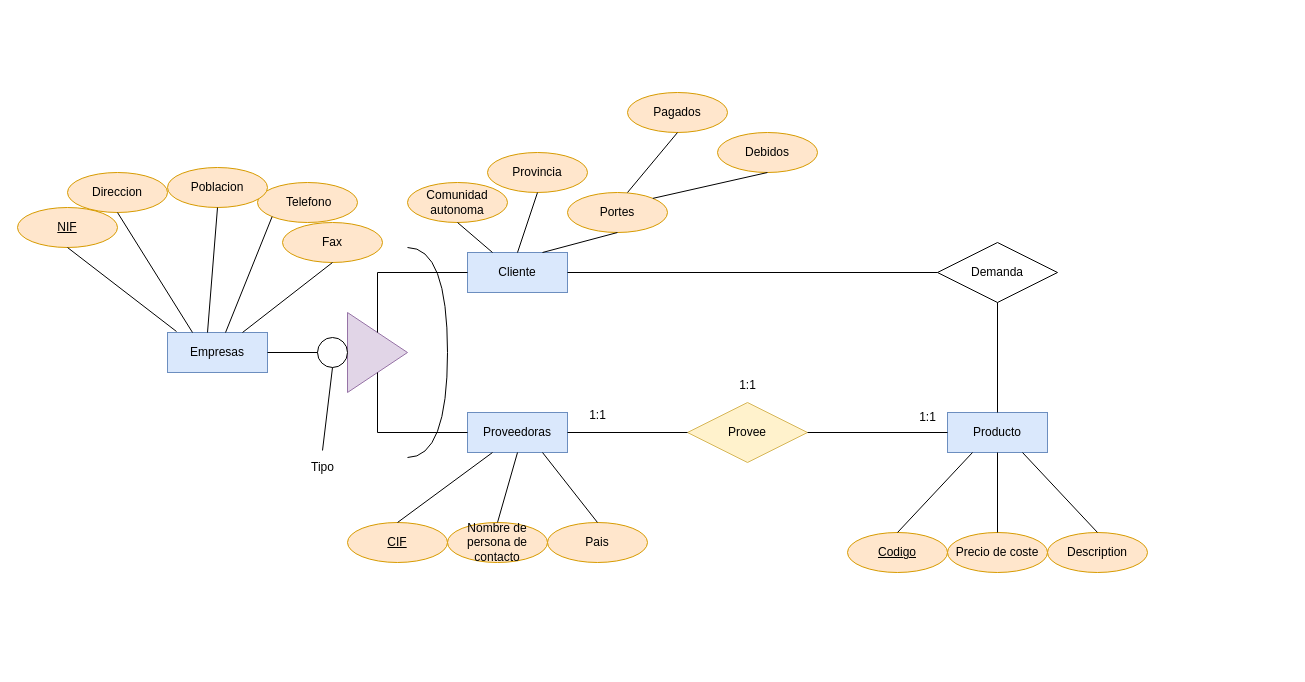
Above: Unidad1/Tareas/Tarea evaluada4/Untitled Diagram.drawio in JVC0/Base-Datos (draw.io), before the change. Source tidied: cells renumbered, new cells numbered last; positions are measured from the earlier drawing's top-left corner, leaving out a move shared by most shapes. Both pictures are drawn from the tidied source at 100%, with x=0, y=0 at pixel (17, 92).
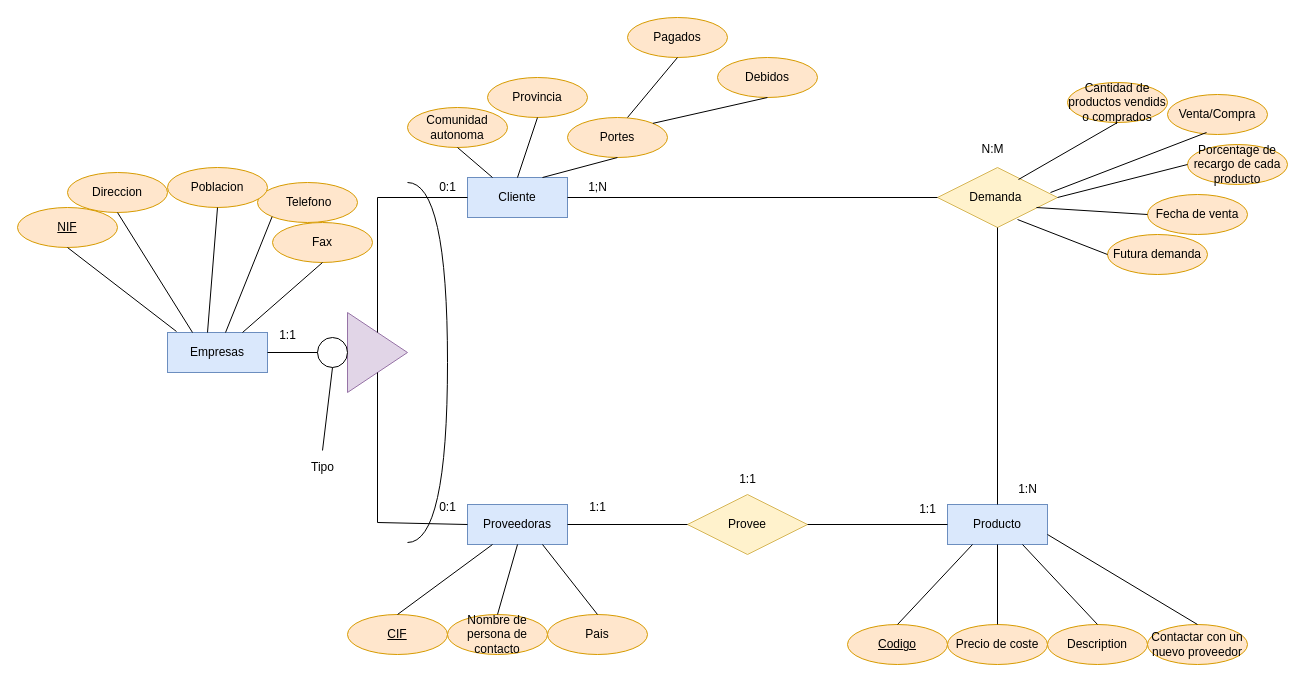
Above is the later version.

The change refers to these unchanged cells:
```xml
<mxCell id="5" style="triangle;whiteSpace=wrap;html=1;fillColor=#e1d5e7;strokeColor=#9673a6;" parent="1" vertex="1">
  <mxGeometry x="330" y="220" width="60" height="80" as="geometry" />
</mxCell>
```

What changed in the source:
```diff
@@
     <mxCell id="3" value="Cliente" style="whiteSpace=wrap;html=1;align=center;fillColor=#dae8fc;strokeColor=#6c8ebf;" parent="1" vertex="1">
-      <mxGeometry x="450" y="160" width="100" height="40" as="geometry" />
+      <mxGeometry x="450" y="85" width="100" height="40" as="geometry" />
     </mxCell>
     <mxCell id="4" value="Proveedoras" style="whiteSpace=wrap;html=1;align=center;fillColor=#dae8fc;strokeColor=#6c8ebf;" parent="1" vertex="1">
-      <mxGeometry x="450" y="320" width="100" height="40" as="geometry" />
+      <mxGeometry x="450" y="412" width="100" height="40" as="geometry" />
     </mxCell>
@@
     <mxCell id="7" style="endArrow=none;html=1;rounded=0;entryX=0;entryY=0.5;entryDx=0;entryDy=0;exitX=0.5;exitY=0;exitDx=0;exitDy=0;" parent="1" edge="1" source="5" target="3">
       <mxGeometry relative="1" as="geometry">
         <Array as="points">
-          <mxPoint x="360" y="180" />
+          <mxPoint x="360" y="105" />
         </Array>
       </mxGeometry>
     </mxCell>
     <mxCell id="8" style="endArrow=none;html=1;rounded=0;entryX=0.5;entryY=1;entryDx=0;entryDy=0;exitX=0;exitY=0.5;exitDx=0;exitDy=0;" parent="1" edge="1" source="4" target="5">
       <mxGeometry relative="1" as="geometry">
         <Array as="points">
-          <mxPoint x="360" y="340" />
+          <mxPoint x="360" y="430" />
         </Array>
       </mxGeometry>
     </mxCell>
@@
     <mxCell id="12" value="Fax" style="ellipse;whiteSpace=wrap;html=1;align=center;fillColor=#ffe6cc;strokeColor=#d79b00;" parent="1" vertex="1">
-      <mxGeometry x="265" y="130" width="100" height="40" as="geometry" />
+      <mxGeometry x="255" y="130" width="100" height="40" as="geometry" />
     </mxCell>
@@
     <mxCell id="19" style="shape=requiredInterface;html=1;verticalLabelPosition=bottom;sketch=0;" parent="1" vertex="1">
-      <mxGeometry x="390" y="155" width="40" height="210" as="geometry" />
+      <mxGeometry x="390" y="90" width="40" height="360" as="geometry" />
     </mxCell>
@@
     <mxCell id="23" value="Provincia" style="ellipse;whiteSpace=wrap;html=1;align=center;fillColor=#ffe6cc;strokeColor=#d79b00;" parent="1" vertex="1">
-      <mxGeometry x="470" y="60" width="100" height="40" as="geometry" />
+      <mxGeometry x="470" y="-15" width="100" height="40" as="geometry" />
     </mxCell>
     <mxCell id="24" value="Comunidad&lt;br&gt;autonoma" style="ellipse;whiteSpace=wrap;html=1;align=center;fillColor=#ffe6cc;strokeColor=#d79b00;" parent="1" vertex="1">
-      <mxGeometry x="390" y="90" width="100" height="40" as="geometry" />
+      <mxGeometry x="390" y="15" width="100" height="40" as="geometry" />
     </mxCell>
     <mxCell id="25" value="Portes" style="ellipse;whiteSpace=wrap;html=1;align=center;fillColor=#ffe6cc;strokeColor=#d79b00;" parent="1" vertex="1">
-      <mxGeometry x="550" y="100" width="100" height="40" as="geometry" />
+      <mxGeometry x="550" y="25" width="100" height="40" as="geometry" />
     </mxCell>
@@
     <mxCell id="29" value="Debidos" style="ellipse;whiteSpace=wrap;html=1;align=center;fillColor=#ffe6cc;strokeColor=#d79b00;" parent="1" vertex="1">
-      <mxGeometry x="700" y="40" width="100" height="40" as="geometry" />
+      <mxGeometry x="700" y="-35" width="100" height="40" as="geometry" />
     </mxCell>
     <mxCell id="30" value="Pagados" style="ellipse;whiteSpace=wrap;html=1;align=center;fillColor=#ffe6cc;strokeColor=#d79b00;" parent="1" vertex="1">
-      <mxGeometry x="610" width="100" height="40" as="geometry" />
+      <mxGeometry x="610" y="-75" width="100" height="40" as="geometry" />
     </mxCell>
     <mxCell id="31" style="endArrow=none;html=1;rounded=0;entryX=0.5;entryY=1;entryDx=0;entryDy=0;" parent="1" edge="1" target="30">
       <mxGeometry relative="1" as="geometry">
-        <mxPoint x="610" y="100" as="sourcePoint" />
+        <mxPoint x="610" y="25" as="sourcePoint" />
       </mxGeometry>
     </mxCell>
@@
     <mxCell id="33" value="Pais" style="ellipse;whiteSpace=wrap;html=1;align=center;fillColor=#ffe6cc;strokeColor=#d79b00;" parent="1" vertex="1">
-      <mxGeometry x="530" y="430" width="100" height="40" as="geometry" />
+      <mxGeometry x="530" y="522" width="100" height="40" as="geometry" />
     </mxCell>
     <mxCell id="34" value="Nombre de persona de contacto" style="ellipse;whiteSpace=wrap;html=1;align=center;fillColor=#ffe6cc;strokeColor=#d79b00;" parent="1" vertex="1">
-      <mxGeometry x="430" y="430" width="100" height="40" as="geometry" />
+      <mxGeometry x="430" y="522" width="100" height="40" as="geometry" />
     </mxCell>
     <mxCell id="35" value="CIF" style="ellipse;whiteSpace=wrap;html=1;align=center;fontStyle=4;fillColor=#ffe6cc;strokeColor=#d79b00;" parent="1" vertex="1">
-      <mxGeometry x="330" y="430" width="100" height="40" as="geometry" />
+      <mxGeometry x="330" y="522" width="100" height="40" as="geometry" />
     </mxCell>
-    <mxCell id="36" style="endArrow=none;html=1;rounded=0;exitX=0.5;exitY=0;exitDx=0;exitDy=0;entryX=0.25;entryY=1;entryDx=0;entryDy=0;" parent="1" edge="1" source="35" target="4">
-      <mxGeometry relative="1" as="geometry" />
+    <mxCell id="36" style="endArrow=none;html=1;rounded=0;exitX=0.5;exitY=0;exitDx=0;exitDy=0;entryX=0.25;entryY=1;entryDx=0;entryDy=0;" parent="1" edge="1" target="4">
+      <mxGeometry relative="1" as="geometry">
+        <mxPoint x="380" y="522" as="sourcePoint" />
+      </mxGeometry>
     </mxCell>
@@
     <mxCell id="39" value="Producto" style="whiteSpace=wrap;html=1;align=center;fillColor=#dae8fc;strokeColor=#6c8ebf;" parent="1" vertex="1">
-      <mxGeometry x="930" y="320" width="100" height="40" as="geometry" />
+      <mxGeometry x="930" y="412" width="100" height="40" as="geometry" />
     </mxCell>
     <mxCell id="40" value="Provee" style="shape=rhombus;perimeter=rhombusPerimeter;whiteSpace=wrap;html=1;align=center;fillColor=#fff2cc;strokeColor=#d6b656;" parent="1" vertex="1">
-      <mxGeometry x="670" y="310" width="120" height="60" as="geometry" />
+      <mxGeometry x="670" y="402" width="120" height="60" as="geometry" />
     </mxCell>
@@
     <mxCell id="42" value="Codigo" style="ellipse;whiteSpace=wrap;html=1;align=center;fontStyle=4;fillColor=#ffe6cc;strokeColor=#d79b00;" parent="1" vertex="1">
-      <mxGeometry x="830" y="440" width="100" height="40" as="geometry" />
+      <mxGeometry x="830" y="532" width="100" height="40" as="geometry" />
     </mxCell>
     <mxCell id="43" value="Description" style="ellipse;whiteSpace=wrap;html=1;align=center;fillColor=#ffe6cc;strokeColor=#d79b00;" parent="1" vertex="1">
-      <mxGeometry x="1030" y="440" width="100" height="40" as="geometry" />
+      <mxGeometry x="1030" y="532" width="100" height="40" as="geometry" />
     </mxCell>
     <mxCell id="44" value="Precio de coste" style="ellipse;whiteSpace=wrap;html=1;align=center;fillColor=#ffe6cc;strokeColor=#d79b00;" parent="1" vertex="1">
-      <mxGeometry x="930" y="440" width="100" height="40" as="geometry" />
+      <mxGeometry x="930" y="532" width="100" height="40" as="geometry" />
     </mxCell>
@@
     <mxCell id="48" value="1:1" style="text;html=1;align=center;verticalAlign=middle;strokeColor=none;fillColor=none;" parent="1" vertex="1">
-      <mxGeometry x="890" y="310" width="40" height="30" as="geometry" />
+      <mxGeometry x="890" y="402" width="40" height="30" as="geometry" />
     </mxCell>
     <mxCell id="49" value="1:1" style="text;html=1;align=center;verticalAlign=middle;strokeColor=none;fillColor=none;" parent="1" vertex="1">
-      <mxGeometry x="560" y="308" width="40" height="30" as="geometry" />
+      <mxGeometry x="560" y="400" width="40" height="30" as="geometry" />
     </mxCell>
@@
+    <mxCell id="54" value="1:1" style="text;html=1;align=center;verticalAlign=middle;strokeColor=none;fillColor=none;" parent="1" vertex="1">
+      <mxGeometry x="710" y="372" width="40" height="30" as="geometry" />
+    </mxCell>
+    <mxCell id="55" value="Futura demanda" style="ellipse;whiteSpace=wrap;html=1;align=center;fillColor=#ffe6cc;strokeColor=#d79b00;" parent="1" vertex="1">
+      <mxGeometry x="1090" y="142" width="100" height="40" as="geometry" />
+    </mxCell>
+    <mxCell id="56" value="Porcentage de recargo de cada producto" style="ellipse;whiteSpace=wrap;html=1;align=center;fillColor=#ffe6cc;strokeColor=#d79b00;" parent="1" vertex="1">
+      <mxGeometry x="1170" y="52" width="100" height="40" as="geometry" />
+    </mxCell>
+    <mxCell id="57" value="Venta/Compra" style="ellipse;whiteSpace=wrap;html=1;align=center;fillColor=#ffe6cc;strokeColor=#d79b00;" parent="1" vertex="1">
+      <mxGeometry x="1150" y="2" width="100" height="40" as="geometry" />
+    </mxCell>
+    <mxCell id="58" value="Fecha de venta" style="ellipse;whiteSpace=wrap;html=1;align=center;fillColor=#ffe6cc;strokeColor=#d79b00;" parent="1" vertex="1">
+      <mxGeometry x="1130" y="102" width="100" height="40" as="geometry" />
+    </mxCell>
+    <mxCell id="59" value="Cantidad de productos vendids o comprados" style="ellipse;whiteSpace=wrap;html=1;align=center;fillColor=#ffe6cc;strokeColor=#d79b00;" parent="1" vertex="1">
+      <mxGeometry x="1050" y="-10" width="100" height="40" as="geometry" />
+    </mxCell>
+    <mxCell id="60" value="Contactar con un nuevo proveedor" style="ellipse;whiteSpace=wrap;html=1;align=center;fillColor=#ffe6cc;strokeColor=#d79b00;" parent="1" vertex="1">
+      <mxGeometry x="1130" y="532" width="100" height="40" as="geometry" />
+    </mxCell>
+    <mxCell id="61" style="endArrow=none;html=1;rounded=0;entryX=0.5;entryY=0;entryDx=0;entryDy=0;exitX=1;exitY=0.75;exitDx=0;exitDy=0;" parent="1" edge="1" source="39" target="60">
+      <mxGeometry relative="1" as="geometry" />
+    </mxCell>
-    <mxCell id="51" value="Demanda" style="shape=rhombus;perimeter=rhombusPerimeter;whiteSpace=wrap;html=1;align=center;" parent="1" vertex="1">
-      <mxGeometry x="920" y="150" width="120" height="60" as="geometry" />
+    <mxCell id="51" value="Demanda&amp;nbsp;" style="shape=rhombus;perimeter=rhombusPerimeter;whiteSpace=wrap;html=1;align=center;fillColor=#fff2cc;strokeColor=#d6b656;" parent="1" vertex="1">
+      <mxGeometry x="920" y="75" width="120" height="60" as="geometry" />
     </mxCell>
-    <mxCell id="52" style="endArrow=none;html=1;rounded=0;entryX=0;entryY=0.5;entryDx=0;entryDy=0;exitX=1;exitY=0.5;exitDx=0;exitDy=0;" parent="1" edge="1" source="3" target="51">
-      <mxGeometry relative="1" as="geometry" />
-    </mxCell>
+    <mxCell id="62" style="endArrow=none;html=1;rounded=0;entryX=1;entryY=0.5;entryDx=0;entryDy=0;exitX=0;exitY=0.5;exitDx=0;exitDy=0;" parent="1" edge="1" source="51" target="3">
+      <mxGeometry relative="1" as="geometry" />
+    </mxCell>
+    <mxCell id="63" style="endArrow=none;html=1;rounded=0;entryX=0.5;entryY=1;entryDx=0;entryDy=0;exitX=0.675;exitY=0.2;exitDx=0;exitDy=0;exitPerimeter=0;" parent="1" edge="1" source="51" target="59">
+      <mxGeometry relative="1" as="geometry" />
+    </mxCell>
+    <mxCell id="64" style="endArrow=none;html=1;rounded=0;exitX=0.825;exitY=0.667;exitDx=0;exitDy=0;entryX=0;entryY=0.5;entryDx=0;entryDy=0;exitPerimeter=0;" parent="1" edge="1" source="51" target="58">
+      <mxGeometry relative="1" as="geometry" />
+    </mxCell>
+    <mxCell id="65" style="endArrow=none;html=1;rounded=0;exitX=0.942;exitY=0.417;exitDx=0;exitDy=0;exitPerimeter=0;entryX=0.39;entryY=0.95;entryDx=0;entryDy=0;entryPerimeter=0;" parent="1" edge="1" source="51" target="57">
+      <mxGeometry relative="1" as="geometry" />
+    </mxCell>
+    <mxCell id="66" value="1:N" style="text;html=1;align=center;verticalAlign=middle;strokeColor=none;fillColor=none;" parent="1" vertex="1">
+      <mxGeometry x="990" y="382" width="40" height="30" as="geometry" />
+    </mxCell>
+    <mxCell id="67" value="1;N" style="text;html=1;align=center;verticalAlign=middle;strokeColor=none;fillColor=none;" parent="1" vertex="1">
+      <mxGeometry x="560" y="80" width="40" height="30" as="geometry" />
+    </mxCell>
+    <mxCell id="68" value="N:M" style="text;html=1;align=center;verticalAlign=middle;strokeColor=none;fillColor=none;" parent="1" vertex="1">
+      <mxGeometry x="950" y="42" width="50" height="30" as="geometry" />
+    </mxCell>
+    <mxCell id="69" style="endArrow=none;html=1;rounded=0;entryX=1;entryY=0.5;entryDx=0;entryDy=0;exitX=0;exitY=0.5;exitDx=0;exitDy=0;" parent="1" edge="1" source="56" target="51">
+      <mxGeometry relative="1" as="geometry" />
+    </mxCell>
+    <mxCell id="70" style="endArrow=none;html=1;rounded=0;entryX=0;entryY=0.5;entryDx=0;entryDy=0;exitX=0.667;exitY=0.867;exitDx=0;exitDy=0;exitPerimeter=0;" parent="1" edge="1" source="51" target="55">
+      <mxGeometry relative="1" as="geometry" />
+    </mxCell>
+    <mxCell id="71" value="1:1" style="text;html=1;align=center;verticalAlign=middle;strokeColor=none;fillColor=none;" parent="1" vertex="1">
+      <mxGeometry x="250" y="228" width="40" height="30" as="geometry" />
+    </mxCell>
+    <mxCell id="72" value="0:1" style="text;html=1;align=center;verticalAlign=middle;strokeColor=none;fillColor=none;" parent="1" vertex="1">
+      <mxGeometry x="410" y="400" width="40" height="30" as="geometry" />
+    </mxCell>
+    <mxCell id="73" value="0:1" style="text;html=1;align=center;verticalAlign=middle;strokeColor=none;fillColor=none;" parent="1" vertex="1">
+      <mxGeometry x="410" y="80" width="40" height="30" as="geometry" />
+    </mxCell>
-    <mxCell id="53" style="endArrow=none;html=1;rounded=0;exitX=0.5;exitY=0;exitDx=0;exitDy=0;entryX=0.5;entryY=1;entryDx=0;entryDy=0;" parent="1" edge="1" source="39" target="51">
+    <mxCell id="53" style="endArrow=none;html=1;rounded=0;entryX=0.5;entryY=1;entryDx=0;entryDy=0;exitX=0.5;exitY=0;exitDx=0;exitDy=0;" parent="1" edge="1" source="39" target="51">
       <mxGeometry relative="1" as="geometry" />
     </mxCell>
-    <mxCell id="54" value="1:1" style="text;html=1;align=center;verticalAlign=middle;strokeColor=none;fillColor=none;" parent="1" vertex="1">
-      <mxGeometry x="710" y="278" width="40" height="30" as="geometry" />
-    </mxCell>
```
